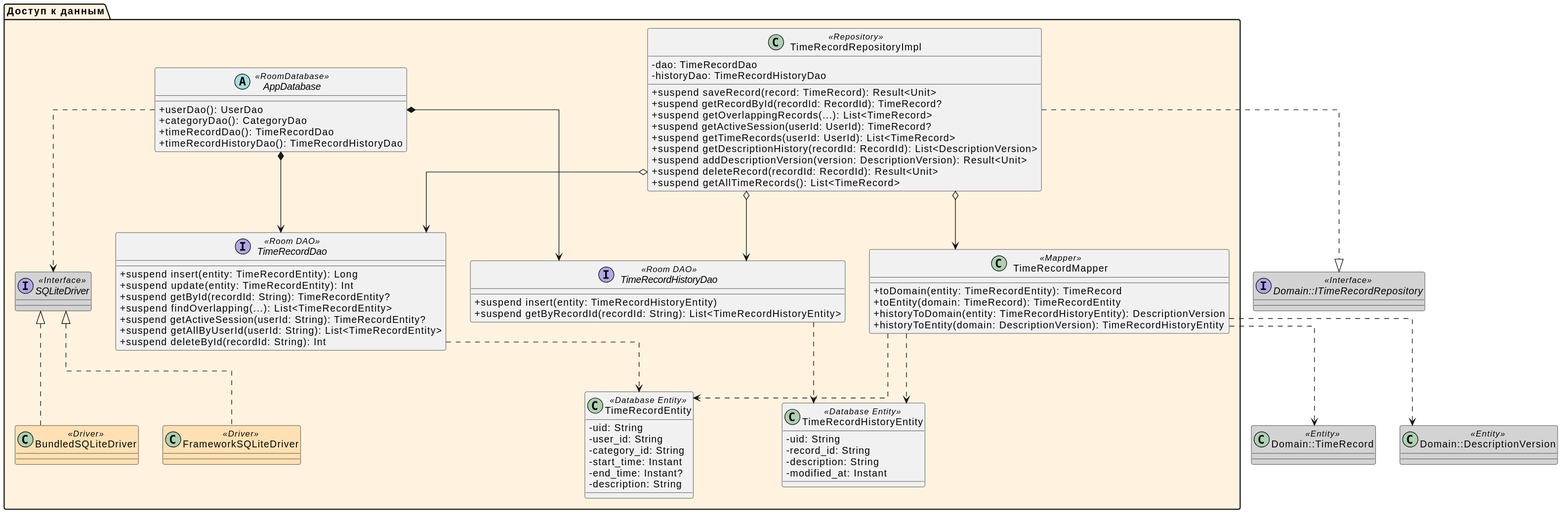
Earlier version of the PlantUML export docs/L4_data.svg (da-fuu/IU7_7sem_Web).
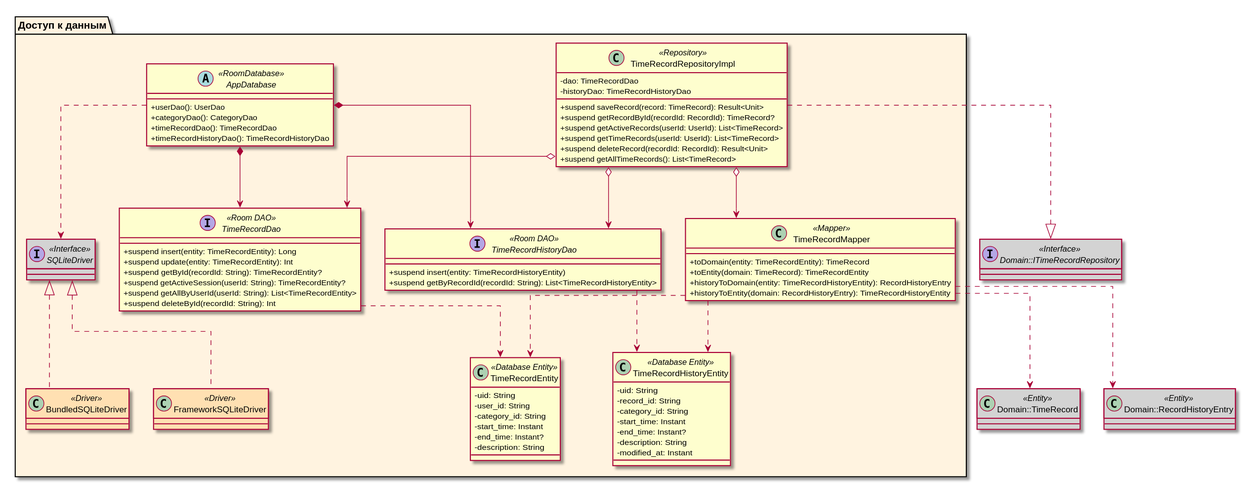
After the change.

Diff of the diagram source:
```diff
@@ -4,7 +4,7 @@
 
 interface "Domain::ITimeRecordRepository" as ITimeRecordRepository <<Interface>> #LightGray
 class "Domain::TimeRecord" as TimeRecord <<Entity>> #LightGray
-class "Domain::DescriptionVersion" as DescriptionVersion <<Entity>> #LightGray
+class "Domain::RecordHistoryEntry" as RecordHistoryEntry <<Entity>> #LightGray
 
 package "Доступ к данным" #FFF3E0 {
     class TimeRecordEntity <<Database Entity>> {
@@ -19,6 +19,9 @@
     class TimeRecordHistoryEntity <<Database Entity>> {
         - uid: String
         - record_id: String
+        - category_id: String
+        - start_time: Instant
+        - end_time: Instant?
         - description: String
         - modified_at: Instant
     }
@@ -27,7 +30,6 @@
         + suspend insert(entity: TimeRecordEntity): Long
         + suspend update(entity: TimeRecordEntity): Int
         + suspend getById(recordId: String): TimeRecordEntity?
-        + suspend findOverlapping(...): List<TimeRecordEntity>
         + suspend getActiveSession(userId: String): TimeRecordEntity?
         + suspend getAllByUserId(userId: String): List<TimeRecordEntity>
         + suspend deleteById(recordId: String): Int
@@ -48,8 +50,8 @@
     class TimeRecordMapper <<Mapper>> {
         + toDomain(entity: TimeRecordEntity): TimeRecord
         + toEntity(domain: TimeRecord): TimeRecordEntity
-        + historyToDomain(entity: TimeRecordHistoryEntity): DescriptionVersion
-        + historyToEntity(domain: DescriptionVersion): TimeRecordHistoryEntity
+        + historyToDomain(entity: TimeRecordHistoryEntity): RecordHistoryEntry
+        + historyToEntity(domain: RecordHistoryEntry): TimeRecordHistoryEntity
     }
 
     class TimeRecordRepositoryImpl <<Repository>> {
@@ -57,11 +59,8 @@
         - historyDao: TimeRecordHistoryDao
         + suspend saveRecord(record: TimeRecord): Result<Unit>
         + suspend getRecordById(recordId: RecordId): TimeRecord?
-        + suspend getOverlappingRecords(...): List<TimeRecord>
-        + suspend getActiveSession(userId: UserId): TimeRecord?
+        + suspend getActiveRecords(userId: UserId): List<TimeRecord>
         + suspend getTimeRecords(userId: UserId): List<TimeRecord>
-        + suspend getDescriptionHistory(recordId: RecordId): List<DescriptionVersion>
-        + suspend addDescriptionVersion(version: DescriptionVersion): Result<Unit>
         + suspend deleteRecord(recordId: RecordId): Result<Unit>
         + suspend getAllTimeRecords(): List<TimeRecord>
     }
@@ -83,10 +82,11 @@
     TimeRecordMapper ..> TimeRecordEntity
     TimeRecordMapper ..> TimeRecordHistoryEntity
     TimeRecordMapper ..> TimeRecord
-    TimeRecordMapper ..> DescriptionVersion
+    TimeRecordMapper ..> RecordHistoryEntry
 
     AppDatabase ..> SQLiteDriver
     SQLiteDriver <|.. BundledSQLiteDriver
     SQLiteDriver <|.. FrameworkSQLiteDriver
 }
+
 @enduml
```
